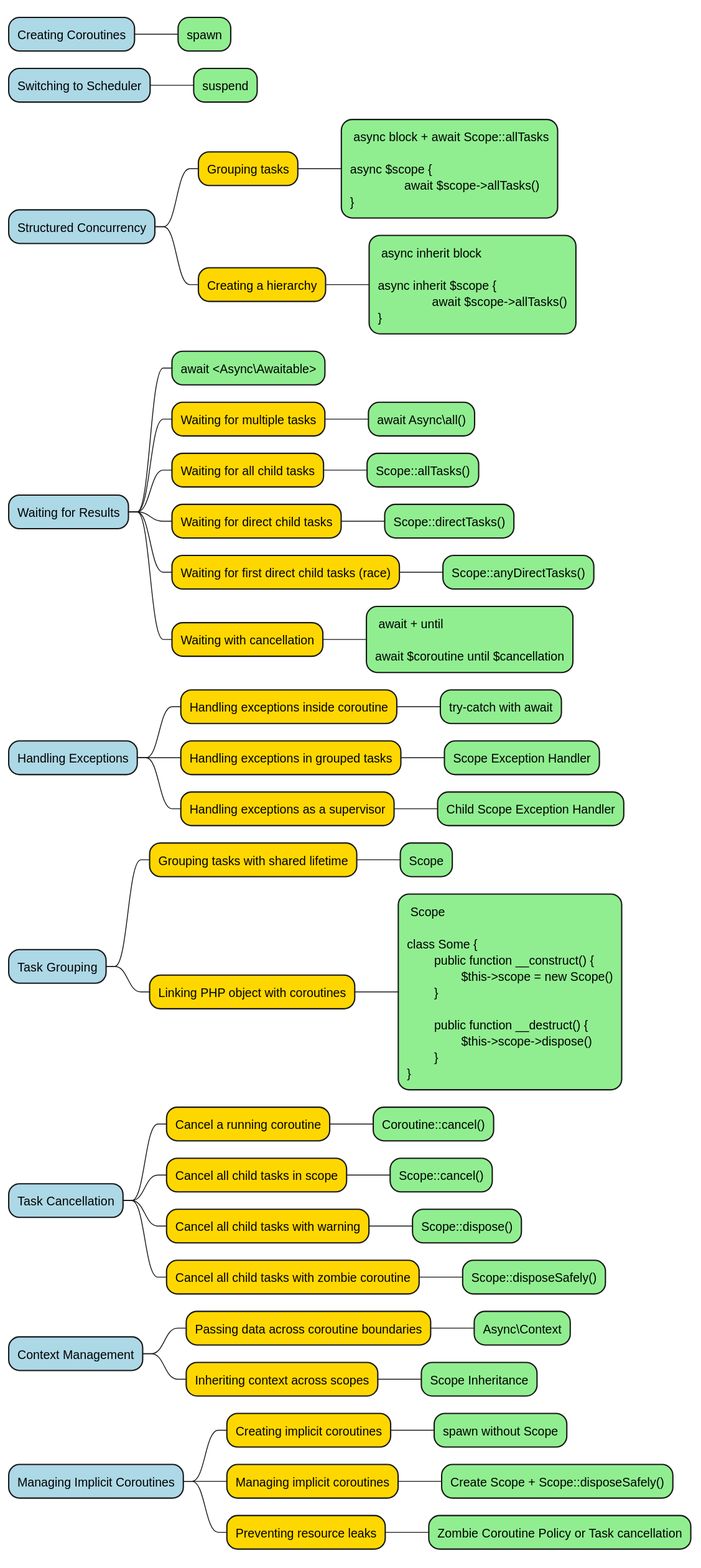
Before: diagrams/mind-map.svg, a diagram exported from PlantUML (true-async/php-true-async-rfc).
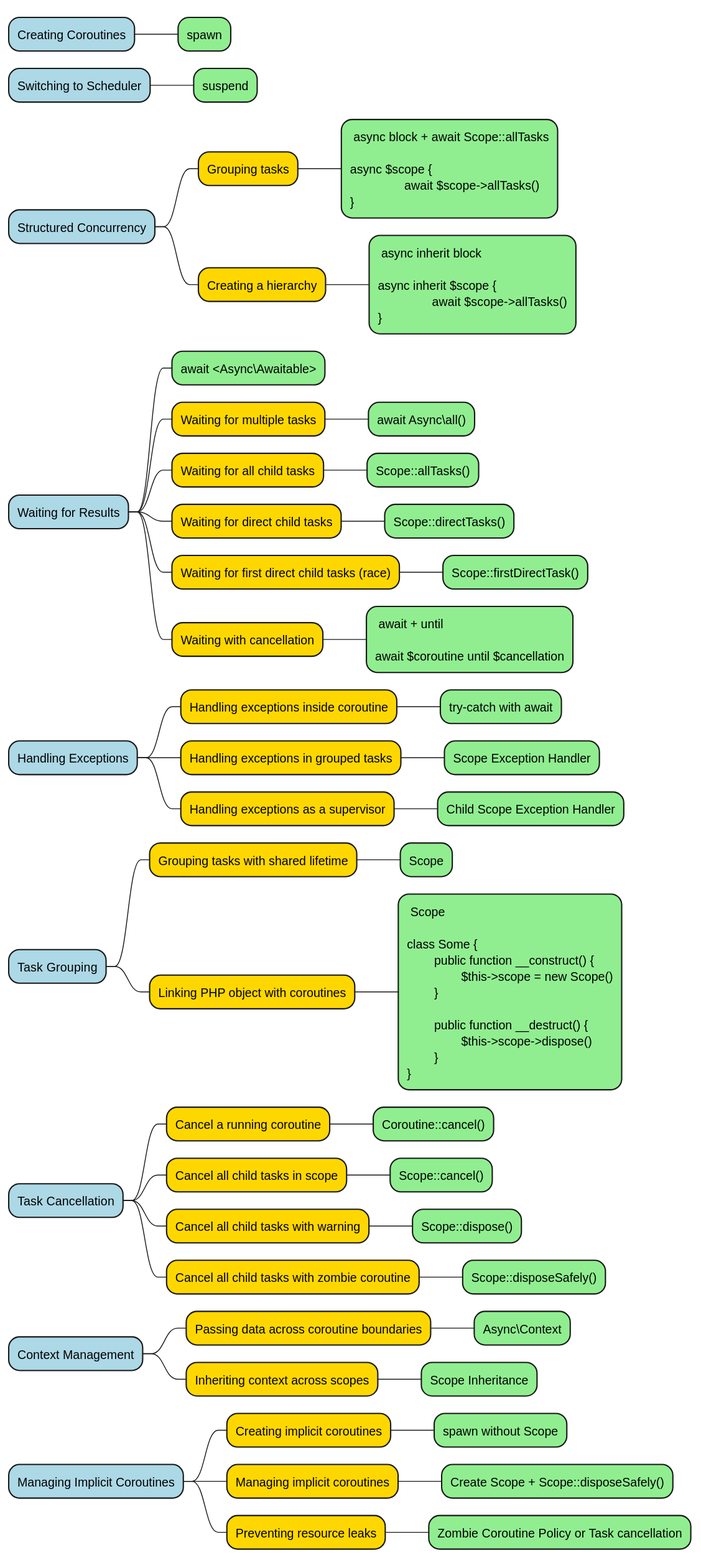
The same file after the commit.

Commit message:
Rename anyDirectTasks to firstDirectTask for clarity and update related documentation

Diff of the diagram source:
```diff
@@ -25,7 +25,7 @@
 **[#FFD700] Waiting for direct child tasks
 ***[#lightgreen] Scope::directTasks()
 **[#FFD700] Waiting for first direct child tasks (race)
-***[#lightgreen] Scope::anyDirectTasks()
+***[#lightgreen] Scope::firstDirectTask()
 **[#FFD700] Waiting with cancellation
 ***[#lightgreen]: await + until
 
```
